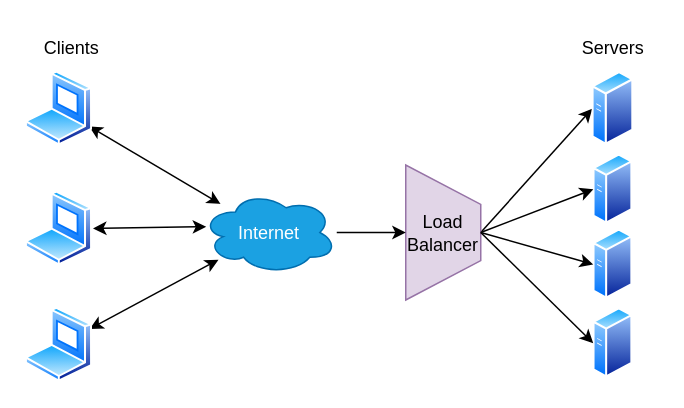
This is page "LoadBalancer" (7 of 8) of 5th-semester/daw/docs/daw-diagrams.drawio from andre-j3sus/isel-leic-notes, a draw.io file, before an edit. Source tidied: cells renumbered, new cells numbered last; positions are measured from the earlier drawing's top-left corner, leaving out a move shared by most shapes. Both pictures are drawn from the tidied source at 150%, with x=0, y=0 at pixel (24, 26).
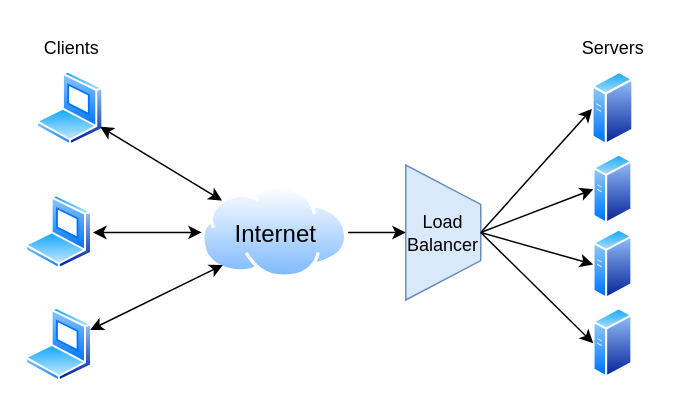
The same page after the edit.

Change to the diagram source:
```diff
@@
+    <mxCell id="20" style="perimeter=ellipsePerimeter;html=1;align=center;shadow=0;dashed=0;spacingTop=3;image;image=img/lib/active_directory/laptop_client.svg;" parent="1" vertex="1">
+      <mxGeometry x="0.5" y="187.5" width="45" height="50" as="geometry" />
+    </mxCell>
+    <mxCell id="21" style="perimeter=ellipsePerimeter;html=1;align=center;shadow=0;dashed=0;spacingTop=3;image;image=img/lib/active_directory/internet_cloud.svg;labelBackgroundColor=none;fontSize=16;" parent="1" vertex="1">
+      <mxGeometry x="118" y="106.7" width="97.6" height="61.5" as="geometry" />
+    </mxCell>
@@
-    <mxCell id="3" value="Load&lt;br&gt;Balancer" style="verticalLabelPosition=middle;verticalAlign=middle;html=1;shape=trapezoid;perimeter=trapezoidPerimeter;whiteSpace=wrap;size=0.2916666666666667;arcSize=10;flipV=1;labelPosition=center;align=center;rotation=90;horizontal=0;direction=west;fillColor=#e1d5e7;strokeColor=#9673a6;" parent="1" vertex="1">
+    <mxCell id="3" value="Load&lt;br&gt;Balancer" style="verticalLabelPosition=middle;verticalAlign=middle;html=1;shape=trapezoid;perimeter=trapezoidPerimeter;whiteSpace=wrap;size=0.2916666666666667;arcSize=10;flipV=1;labelPosition=center;align=center;rotation=90;horizontal=0;direction=west;fillColor=#dae8fc;strokeColor=#6c8ebf;" parent="1" vertex="1">
       <mxGeometry x="234" y="112.5" width="90" height="50" as="geometry" />
     </mxCell>
@@
-    <mxCell id="7" style="edgeStyle=none;rounded=0;jettySize=auto;html=1;entryX=0.033;entryY=0.43;entryDx=0;entryDy=0;startArrow=classic;startFill=1;entryPerimeter=0;" parent="1" edge="1" source="19" target="13">
+    <mxCell id="7" style="edgeStyle=none;rounded=0;jettySize=auto;html=1;entryX=0;entryY=0.5;entryDx=0;entryDy=0;startArrow=classic;startFill=1;" parent="1" edge="1" source="19" target="21">
       <mxGeometry relative="1" as="geometry" />
     </mxCell>
-    <mxCell id="8" style="edgeStyle=none;rounded=0;jettySize=auto;html=1;startArrow=classic;startFill=1;" parent="1" edge="1" source="17" target="13">
-      <mxGeometry relative="1" as="geometry" />
-    </mxCell>
-    <mxCell id="9" style="edgeStyle=none;rounded=0;jettySize=auto;html=1;startArrow=classic;startFill=1;" parent="1" edge="1" source="20" target="13">
+    <mxCell id="9" style="edgeStyle=none;rounded=0;jettySize=auto;html=1;startArrow=classic;startFill=1;entryX=0;entryY=1;entryDx=0;entryDy=0;" parent="1" edge="1" source="20" target="21">
       <mxGeometry relative="1" as="geometry" />
     </mxCell>
@@
-    <mxCell id="12" style="edgeStyle=none;rounded=0;jettySize=auto;html=1;entryX=0.5;entryY=0;entryDx=0;entryDy=0;startArrow=none;startFill=0;" parent="1" edge="1" source="13" target="3">
+    <mxCell id="12" style="edgeStyle=none;rounded=0;jettySize=auto;html=1;entryX=0.5;entryY=0;entryDx=0;entryDy=0;startArrow=none;startFill=0;" parent="1" edge="1" source="21" target="3">
       <mxGeometry relative="1" as="geometry" />
     </mxCell>
-    <mxCell id="13" value="Internet" style="ellipse;shape=cloud;whiteSpace=wrap;html=1;fillColor=#1ba1e2;strokeColor=#006EAF;fontColor=#ffffff;" parent="1" vertex="1">
-      <mxGeometry x="118" y="110" width="90" height="55" as="geometry" />
-    </mxCell>
@@
     <mxCell id="17" style="perimeter=ellipsePerimeter;html=1;align=center;shadow=0;dashed=0;spacingTop=3;image;image=img/lib/active_directory/laptop_client.svg;" parent="1" vertex="1">
-      <mxGeometry x="0.5" y="30" width="45" height="50" as="geometry" />
+      <mxGeometry x="8" y="30" width="45" height="50" as="geometry" />
     </mxCell>
@@
     <mxCell id="19" style="perimeter=ellipsePerimeter;html=1;align=center;shadow=0;dashed=0;spacingTop=3;image;image=img/lib/active_directory/laptop_client.svg;" parent="1" vertex="1">
-      <mxGeometry x="0.5" y="110" width="45" height="50" as="geometry" />
+      <mxGeometry x="0.5" y="112.5" width="45" height="50" as="geometry" />
     </mxCell>
-    <mxCell id="20" style="perimeter=ellipsePerimeter;html=1;align=center;shadow=0;dashed=0;spacingTop=3;image;image=img/lib/active_directory/laptop_client.svg;" parent="1" vertex="1">
-      <mxGeometry x="0.5" y="187.5" width="45" height="50" as="geometry" />
-    </mxCell>
+    <mxCell id="13" value="Internet" style="text;html=1;align=center;verticalAlign=middle;points=[];strokeColor=none;fillColor=none;fontSize=16;" parent="1" vertex="1">
+      <mxGeometry x="126.8" y="122.5" width="80" height="30" as="geometry" />
+    </mxCell>
+    <mxCell id="8" style="edgeStyle=none;rounded=0;jettySize=auto;html=1;startArrow=classic;startFill=1;" parent="1" edge="1" source="17" target="21">
+      <mxGeometry relative="1" as="geometry" />
+    </mxCell>
```
